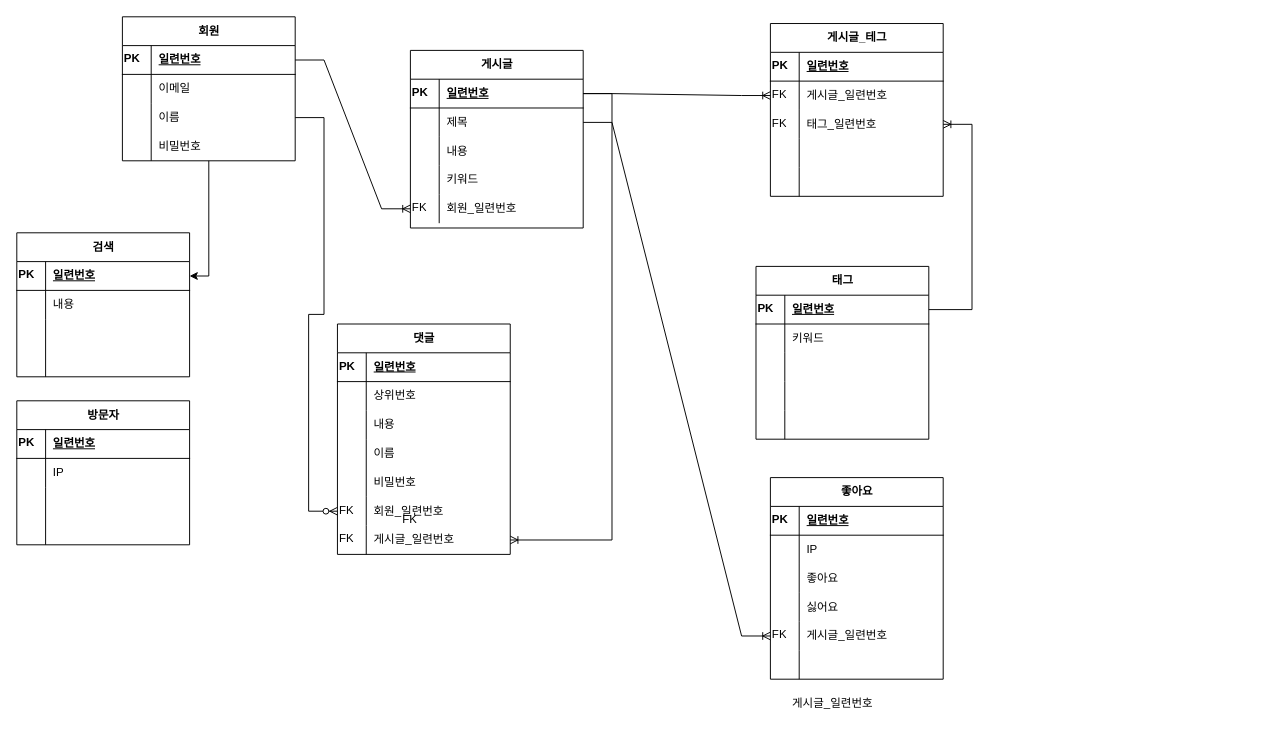
This is blogJoo.drawio from jookyungkim/joo-ERD, a draw.io file, before an edit. Source tidied: cells renumbered, new cells numbered last; positions are measured from the earlier drawing's top-left corner, leaving out a move shared by most shapes. Both pictures are drawn from the tidied source at 96%, with x=0, y=0 at pixel (16, 16).
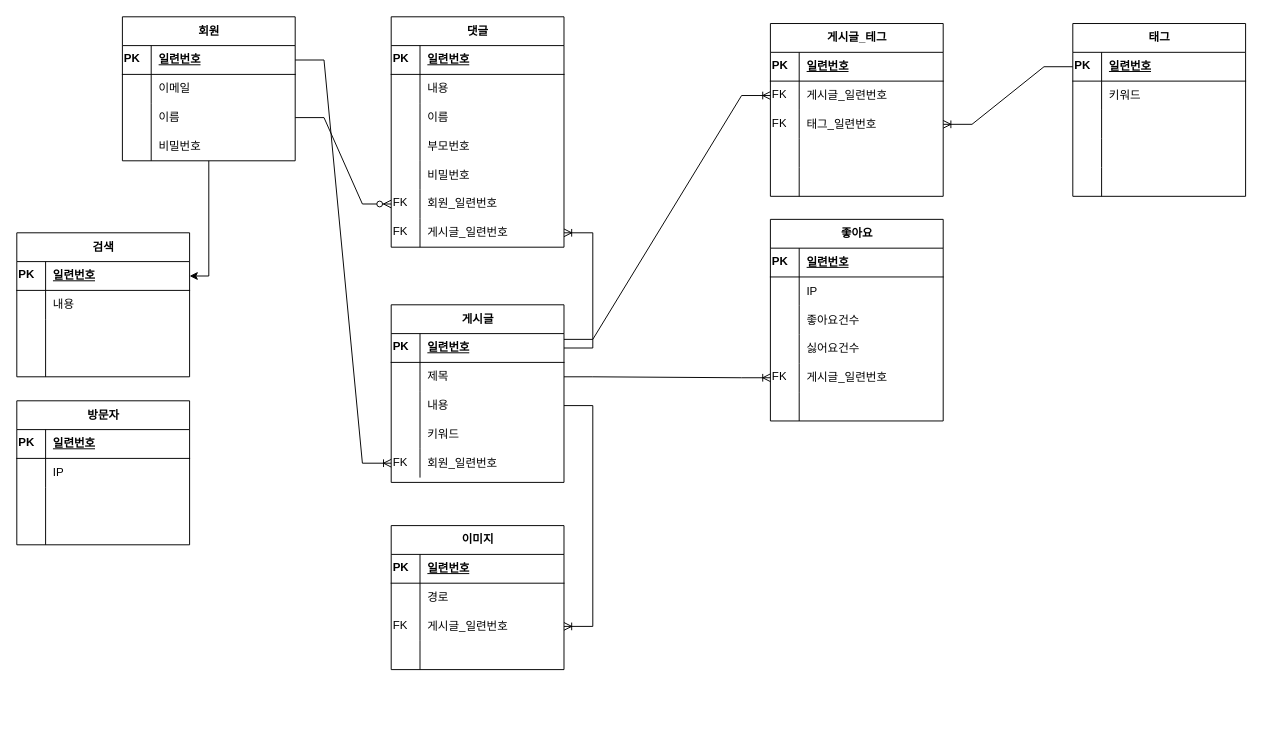
The same page after the edit.

The change refers to these unchanged cells:
```xml
<mxCell id="17" style="shape=partialRectangle;fillColor=none;top=0;left=0;bottom=1;right=0;points=[[0,0.5],[1,0.5]];portConstraint=eastwest;align=left;verticalAlign=top;html=1;" parent="16" vertex="1">
  <mxGeometry y="30" width="180" height="30" as="geometry" />
</mxCell>
<mxCell id="23" style="shape=partialRectangle;fillColor=none;top=0;left=0;bottom=0;right=0;points=[[0,0.5],[1,0.5]];portConstraint=eastwest;align=left;verticalAlign=top;html=1;" parent="16" vertex="1">
  <mxGeometry y="90" width="180" height="30" as="geometry" />
</mxCell>
<mxCell id="37" style="shape=partialRectangle;fillColor=none;top=0;left=0;bottom=0;right=0;align=left;verticalAlign=top;html=1;" parent="33" vertex="1">
  <mxGeometry y="60" width="180" height="30" as="geometry" />
</mxCell>
<mxCell id="40" style="shape=partialRectangle;fillColor=none;top=0;left=0;bottom=0;right=0;align=left;verticalAlign=top;html=1;" parent="33" vertex="1">
  <mxGeometry y="90" width="180" height="30" as="geometry" />
</mxCell>
<mxCell id="43" style="shape=partialRectangle;fillColor=none;top=0;left=0;bottom=0;right=0;align=left;verticalAlign=top;html=1;" parent="33" vertex="1">
  <mxGeometry y="120" width="180" height="30" as="geometry" />
</mxCell>
<mxCell id="89" style="shape=partialRectangle;fillColor=none;top=0;left=0;bottom=0;right=0;points=[[0,0.5],[1,0.5]];portConstraint=eastwest;align=left;verticalAlign=top;html=1;" parent="85" vertex="1">
  <mxGeometry y="60" width="180" height="30" as="geometry" />
</mxCell>
<mxCell id="121" style="shape=partialRectangle;fillColor=none;top=0;left=0;bottom=0;right=0;align=left;verticalAlign=top;html=1;" parent="114" vertex="1">
  <mxGeometry y="90" width="180" height="30" as="geometry" />
</mxCell>
<mxCell id="124" style="shape=partialRectangle;fillColor=none;top=0;left=0;bottom=0;right=0;align=left;verticalAlign=top;html=1;" parent="114" vertex="1">
  <mxGeometry y="120" width="180" height="30" as="geometry" />
</mxCell>
```

Diff of the diagram source:
```diff
@@
     <mxCell id="16" value="게시글" style="shape=table;startSize=30;childLayout=tableLayout;rowLines=0;fontStyle=1;align=center;html=1;" parent="1" vertex="1">
-      <mxGeometry x="410" y="35" width="180" height="185" as="geometry" />
+      <mxGeometry x="390" y="300" width="180" height="185" as="geometry" />
     </mxCell>
@@
     <mxCell id="33" value="댓글" style="shape=table;startSize=30;childLayout=tableLayout;rowLines=0;fontStyle=1;align=center;html=1;" parent="1" vertex="1">
-      <mxGeometry x="334" y="320" width="180" height="240" as="geometry" />
+      <mxGeometry x="390" width="180" height="240" as="geometry" />
     </mxCell>
@@
-    <mxCell id="39" value="상위번호" style="shape=partialRectangle;fillColor=none;top=0;left=0;bottom=0;right=0;align=left;spacingLeft=6;overflow=hidden;html=1;" parent="37" vertex="1">
+    <mxCell id="39" value="내용" style="shape=partialRectangle;fillColor=none;top=0;left=0;bottom=0;right=0;align=left;spacingLeft=6;overflow=hidden;html=1;" parent="37" vertex="1">
       <mxGeometry x="30" width="150" height="30" as="geometry" />
     </mxCell>
@@
-    <mxCell id="42" value="내용" style="shape=partialRectangle;fillColor=none;top=0;left=0;bottom=0;right=0;align=left;spacingLeft=6;overflow=hidden;html=1;" parent="40" vertex="1">
+    <mxCell id="42" value="이름" style="shape=partialRectangle;fillColor=none;top=0;left=0;bottom=0;right=0;align=left;spacingLeft=6;overflow=hidden;html=1;" parent="40" vertex="1">
       <mxGeometry x="30" width="150" height="30" as="geometry" />
     </mxCell>
@@
-    <mxCell id="45" value="이름" style="shape=partialRectangle;fillColor=none;top=0;left=0;bottom=0;right=0;align=left;spacingLeft=6;overflow=hidden;html=1;" parent="43" vertex="1">
+    <mxCell id="45" value="부모번호" style="shape=partialRectangle;fillColor=none;top=0;left=0;bottom=0;right=0;align=left;spacingLeft=6;overflow=hidden;html=1;" parent="43" vertex="1">
       <mxGeometry x="30" width="150" height="30" as="geometry" />
     </mxCell>
@@
     <mxCell id="68" value="태그" style="shape=table;startSize=30;childLayout=tableLayout;rowLines=0;fontStyle=1;align=center;html=1;" parent="1" vertex="1">
-      <mxGeometry x="770" y="260" width="180" height="180" as="geometry" />
+      <mxGeometry x="1100" y="7" width="180" height="180" as="geometry" />
     </mxCell>
@@
     <mxCell id="114" value="좋아요" style="shape=table;startSize=30;childLayout=tableLayout;rowLines=0;fontStyle=1;align=center;html=1;" parent="1" vertex="1">
-      <mxGeometry x="785" y="480" width="180" height="210" as="geometry" />
+      <mxGeometry x="785" y="211" width="180" height="210" as="geometry" />
     </mxCell>
@@
-    <mxCell id="123" value="좋아요" style="shape=partialRectangle;fillColor=none;top=0;left=0;bottom=0;right=0;align=left;spacingLeft=6;overflow=hidden;html=1;" parent="121" vertex="1">
+    <mxCell id="123" value="좋아요건수" style="shape=partialRectangle;fillColor=none;top=0;left=0;bottom=0;right=0;align=left;spacingLeft=6;overflow=hidden;html=1;" parent="121" vertex="1">
       <mxGeometry x="30" width="150" height="30" as="geometry" />
     </mxCell>
@@
-    <mxCell id="126" value="싫어요" style="shape=partialRectangle;fillColor=none;top=0;left=0;bottom=0;right=0;align=left;spacingLeft=6;overflow=hidden;html=1;" parent="124" vertex="1">
+    <mxCell id="126" value="싫어요건수" style="shape=partialRectangle;fillColor=none;top=0;left=0;bottom=0;right=0;align=left;spacingLeft=6;overflow=hidden;html=1;" parent="124" vertex="1">
       <mxGeometry x="30" width="150" height="30" as="geometry" />
     </mxCell>
@@
-    <mxCell id="133" value="FK" style="shape=partialRectangle;fillColor=none;top=0;left=0;bottom=0;right=0;overflow=hidden;align=left;verticalAlign=top;html=1;" parent="1" vertex="1">
-      <mxGeometry x="400" y="510" width="30" height="30" as="geometry" />
-    </mxCell>
-    <mxCell id="134" value="게시글_일련번호" style="shape=partialRectangle;fillColor=none;top=0;left=0;bottom=0;right=0;align=left;spacingLeft=6;overflow=hidden;html=1;" parent="1" vertex="1">
-      <mxGeometry x="800" y="700" width="150" height="30" as="geometry" />
-    </mxCell>
-    <mxCell id="135" style="edgeStyle=entityRelationEdgeStyle;fontSize=12;html=1;endArrow=ERoneToMany;rounded=0;" parent="1" edge="1" target="89">
-      <mxGeometry relative="1" as="geometry">
-        <mxPoint x="590" y="80" as="sourcePoint" />
-      </mxGeometry>
+    <mxCell id="135" style="edgeStyle=entityRelationEdgeStyle;fontSize=12;html=1;endArrow=ERoneToMany;rounded=0;exitX=1;exitY=0.2;exitDx=0;exitDy=0;exitPerimeter=0;" parent="1" edge="1" source="17" target="89">
+      <mxGeometry relative="1" as="geometry" />
     </mxCell>
@@
+    <mxCell id="139" value="이미지" style="shape=table;startSize=30;childLayout=tableLayout;rowLines=0;fontStyle=1;align=center;html=1;" parent="1" vertex="1">
+      <mxGeometry x="390" y="530" width="180" height="150" as="geometry" />
+    </mxCell>
+    <mxCell id="140" style="shape=partialRectangle;fillColor=none;top=0;left=0;bottom=1;right=0;align=left;verticalAlign=top;html=1;" parent="139" vertex="1">
+      <mxGeometry y="30" width="180" height="30" as="geometry" />
+    </mxCell>
+    <mxCell id="141" value="PK" style="shape=partialRectangle;fillColor=none;top=0;left=0;bottom=0;right=0;fontStyle=1;overflow=hidden;align=left;verticalAlign=top;html=1;" parent="140" vertex="1">
+      <mxGeometry width="30" height="30" as="geometry" />
+    </mxCell>
+    <mxCell id="142" value="일련번호" style="shape=partialRectangle;fillColor=none;top=0;left=0;bottom=0;right=0;align=left;spacingLeft=6;fontStyle=5;overflow=hidden;html=1;" parent="140" vertex="1">
+      <mxGeometry x="30" width="150" height="30" as="geometry" />
+    </mxCell>
+    <mxCell id="143" style="shape=partialRectangle;fillColor=none;top=0;left=0;bottom=0;right=0;align=left;verticalAlign=top;html=1;" parent="139" vertex="1">
+      <mxGeometry y="60" width="180" height="30" as="geometry" />
+    </mxCell>
+    <mxCell id="144" style="shape=partialRectangle;fillColor=none;top=0;left=0;bottom=0;right=0;overflow=hidden;align=left;verticalAlign=top;html=1;" parent="143" vertex="1">
+      <mxGeometry width="30" height="30" as="geometry" />
+    </mxCell>
+    <mxCell id="145" value="경로" style="shape=partialRectangle;fillColor=none;top=0;left=0;bottom=0;right=0;align=left;spacingLeft=6;overflow=hidden;html=1;" parent="143" vertex="1">
+      <mxGeometry x="30" width="150" height="30" as="geometry" />
+    </mxCell>
+    <mxCell id="146" style="shape=partialRectangle;fillColor=none;top=0;left=0;bottom=0;right=0;points=[[0,0.5],[1,0.5]];portConstraint=eastwest;align=left;verticalAlign=top;html=1;" parent="139" vertex="1">
+      <mxGeometry y="90" width="180" height="30" as="geometry" />
+    </mxCell>
+    <mxCell id="133" value="FK" style="shape=partialRectangle;fillColor=none;top=0;left=0;bottom=0;right=0;overflow=hidden;align=left;verticalAlign=top;html=1;" parent="146" vertex="1">
+      <mxGeometry width="30" height="30" as="geometry" />
+    </mxCell>
+    <mxCell id="134" value="게시글_일련번호" style="shape=partialRectangle;fillColor=none;top=0;left=0;bottom=0;right=0;align=left;spacingLeft=6;overflow=hidden;html=1;" parent="146" vertex="1">
+      <mxGeometry x="30" width="150" height="30" as="geometry" />
+    </mxCell>
+    <mxCell id="147" style="shape=partialRectangle;fillColor=none;top=0;left=0;bottom=0;right=0;align=left;verticalAlign=top;html=1;" parent="139" vertex="1">
+      <mxGeometry y="120" width="180" height="30" as="geometry" />
+    </mxCell>
+    <mxCell id="148" style="shape=partialRectangle;fillColor=none;top=0;left=0;bottom=0;right=0;overflow=hidden;align=left;verticalAlign=top;html=1;" parent="147" vertex="1">
+      <mxGeometry width="30" height="30" as="geometry" />
+    </mxCell>
+    <mxCell id="149" style="shape=partialRectangle;fillColor=none;top=0;left=0;bottom=0;right=0;align=left;spacingLeft=6;overflow=hidden;html=1;" parent="147" vertex="1">
+      <mxGeometry x="30" width="150" height="30" as="geometry" />
+    </mxCell>
+    <mxCell id="150" style="edgeStyle=entityRelationEdgeStyle;fontSize=12;html=1;endArrow=ERoneToMany;rounded=0;" parent="1" edge="1" source="23" target="146">
+      <mxGeometry relative="1" as="geometry" />
+    </mxCell>
```
